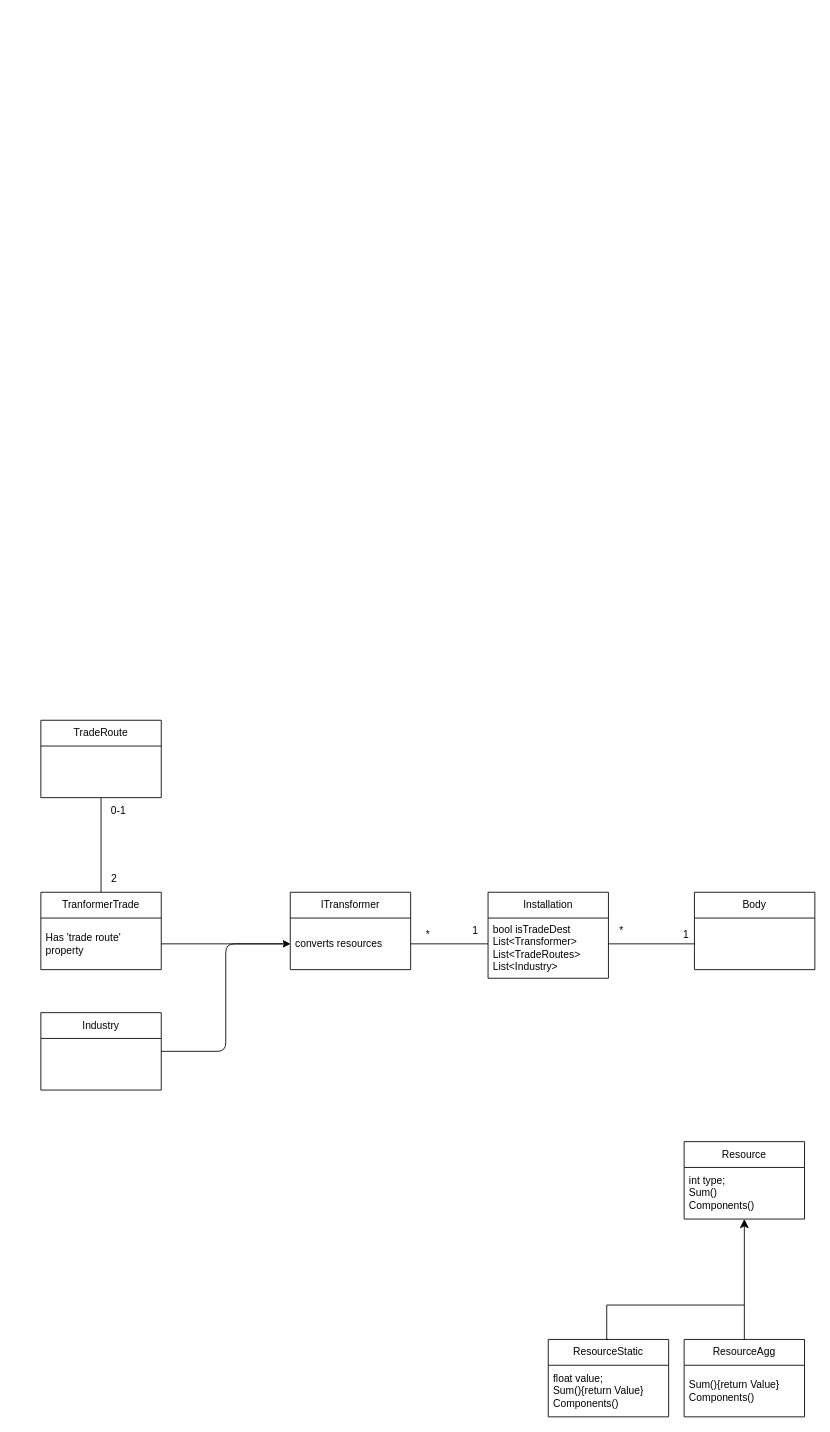
This is UML.drawio from CallumWalley/tradeTest, a draw.io file, before an edit. Source tidied: cells renumbered, new cells numbered last; positions are measured from the earlier drawing's top-left corner, leaving out a move shared by most shapes. Both pictures are drawn from the tidied source at 86%, with x=0, y=0 at pixel (40, 720).
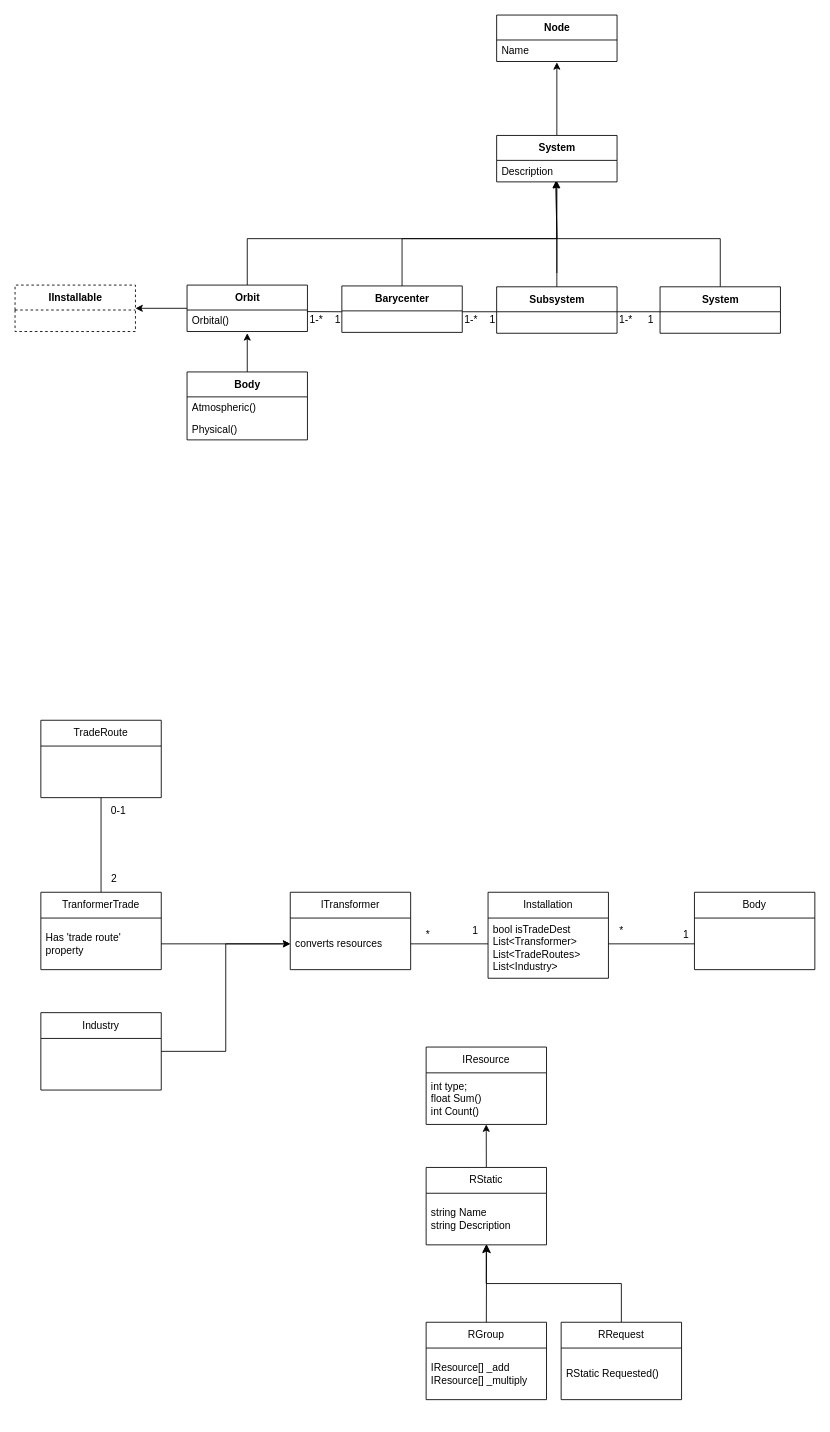
After the change.

Unchanged cells that the change refers to:
```xml
<mxCell id="16" value="converts resources" style="text;strokeColor=none;fillColor=none;align=left;verticalAlign=middle;spacingLeft=4;spacingRight=4;overflow=hidden;points=[[0,0.5],[1,0.5]];portConstraint=eastwest;whiteSpace=wrap;html=1;" parent="15" vertex="1">
  <mxGeometry y="30" width="140" height="60" as="geometry" />
</mxCell>
<mxCell id="29" value="Industry" style="swimlane;fontStyle=0;horizontal=1;startSize=30;whiteSpace=wrap;html=1;" parent="1" vertex="1">
  <mxGeometry y="340" width="140" height="90" as="geometry" />
</mxCell>
```

Change to the diagram source:
```diff
@@
+    <mxCell id="30" style="edgeStyle=orthogonalEdgeStyle;rounded=0;jumpStyle=arc;html=1;exitX=0.5;exitY=0;exitDx=0;exitDy=0;entryX=0.499;entryY=1;entryDx=0;entryDy=0;entryPerimeter=0;endArrow=classic;endFill=1;" parent="1" edge="1" source="2" target="68">
+      <mxGeometry relative="1" as="geometry" />
+    </mxCell>
-    <mxCell id="2" value="Resource" style="swimlane;fontStyle=0;horizontal=1;startSize=30;whiteSpace=wrap;html=1;" parent="1" vertex="1">
-      <mxGeometry x="748" y="490" width="140" height="90" as="geometry" />
+    <mxCell id="2" value="RStatic" style="swimlane;fontStyle=0;horizontal=1;startSize=30;whiteSpace=wrap;html=1;" parent="1" vertex="1">
+      <mxGeometry x="448" y="520" width="140" height="90" as="geometry" />
     </mxCell>
-    <mxCell id="3" value="int type;&lt;br&gt;Sum()&lt;br&gt;Components()" style="text;strokeColor=none;fillColor=none;align=left;verticalAlign=middle;spacingLeft=4;spacingRight=4;overflow=hidden;points=[[0,0.5],[1,0.5]];portConstraint=eastwest;whiteSpace=wrap;html=1;" parent="2" vertex="1">
+    <mxCell id="3" value="string Name&lt;br&gt;string Description" style="text;strokeColor=none;fillColor=none;align=left;verticalAlign=middle;spacingLeft=4;spacingRight=4;overflow=hidden;points=[[0,0.5],[1,0.5]];portConstraint=eastwest;whiteSpace=wrap;html=1;" parent="2" vertex="1">
       <mxGeometry y="30" width="140" height="60" as="geometry" />
     </mxCell>
-    <mxCell id="4" value="ResourceStatic" style="swimlane;fontStyle=0;horizontal=1;startSize=30;whiteSpace=wrap;html=1;" parent="1" vertex="1">
-      <mxGeometry x="590" y="720" width="140" height="90" as="geometry" />
-    </mxCell>
-    <mxCell id="5" value="float value;&lt;br&gt;Sum(){return Value}&lt;br&gt;Components()" style="text;strokeColor=none;fillColor=none;align=left;verticalAlign=middle;spacingLeft=4;spacingRight=4;overflow=hidden;whiteSpace=wrap;html=1;" parent="4" vertex="1">
-      <mxGeometry y="30" width="140" height="60" as="geometry" />
-    </mxCell>
-    <mxCell id="6" value="ResourceAgg" style="swimlane;fontStyle=0;horizontal=1;startSize=30;whiteSpace=wrap;html=1;" parent="1" vertex="1">
-      <mxGeometry x="748" y="720" width="140" height="90" as="geometry" />
+    <mxCell id="6" value="RGroup" style="swimlane;fontStyle=0;horizontal=1;startSize=30;whiteSpace=wrap;html=1;" parent="1" vertex="1">
+      <mxGeometry x="448" y="700" width="140" height="90" as="geometry" />
     </mxCell>
-    <mxCell id="7" value="Sum(){return Value}&lt;br&gt;Components()" style="text;strokeColor=none;fillColor=none;align=left;verticalAlign=middle;spacingLeft=4;spacingRight=4;overflow=hidden;whiteSpace=wrap;html=1;" parent="6" vertex="1">
+    <mxCell id="7" value="&lt;span style=&quot;text-align: center;&quot;&gt;IResource&lt;/span&gt;[] _add&lt;br&gt;&lt;span style=&quot;text-align: center;&quot;&gt;IResource[] _multiply&lt;/span&gt;" style="text;strokeColor=none;fillColor=none;align=left;verticalAlign=middle;spacingLeft=4;spacingRight=4;overflow=hidden;whiteSpace=wrap;html=1;" parent="6" vertex="1">
       <mxGeometry y="30" width="140" height="60" as="geometry" />
     </mxCell>
-    <mxCell id="8" style="edgeStyle=segmentEdgeStyle;endArrow=classic;html=1;curved=0;rounded=0;endSize=8;startSize=8;exitX=0.5;exitY=0;exitDx=0;exitDy=0;" parent="1" edge="1" source="6" target="3">
+    <mxCell id="8" style="edgeStyle=segmentEdgeStyle;endArrow=classic;html=1;curved=0;rounded=0;endSize=8;startSize=8;exitX=0.5;exitY=0;exitDx=0;exitDy=0;entryX=0.502;entryY=0.986;entryDx=0;entryDy=0;entryPerimeter=0;" parent="1" edge="1" source="6" target="3">
       <mxGeometry relative="1" as="geometry" />
     </mxCell>
-    <mxCell id="9" style="edgeStyle=elbowEdgeStyle;elbow=horizontal;endArrow=none;html=1;curved=0;rounded=0;endSize=8;startSize=8;exitX=0.5;exitY=0;exitDx=0;exitDy=0;endFill=0;" parent="1" edge="1" source="4">
-      <mxGeometry relative="1" as="geometry">
-        <mxPoint x="818" y="680" as="targetPoint" />
-        <Array as="points">
-          <mxPoint x="658" y="670" />
-        </Array>
-      </mxGeometry>
-    </mxCell>
@@
-    <mxCell id="28" style="edgeStyle=orthogonalEdgeStyle;html=1;exitX=1;exitY=0.5;exitDx=0;exitDy=0;entryX=0;entryY=0.5;entryDx=0;entryDy=0;" parent="1" edge="1" source="29" target="16">
+    <mxCell id="28" style="edgeStyle=orthogonalEdgeStyle;html=1;exitX=1;exitY=0.5;exitDx=0;exitDy=0;entryX=0;entryY=0.5;entryDx=0;entryDy=0;rounded=0;" parent="1" edge="1" source="29" target="16">
       <mxGeometry relative="1" as="geometry" />
     </mxCell>
@@
+    <mxCell id="31" style="edgeStyle=orthogonalEdgeStyle;rounded=0;jumpStyle=arc;html=1;exitX=0.5;exitY=0;exitDx=0;exitDy=0;endArrow=classic;endFill=1;entryX=0.499;entryY=0.999;entryDx=0;entryDy=0;entryPerimeter=0;" parent="1" edge="1" source="32" target="3">
+      <mxGeometry relative="1" as="geometry" />
+    </mxCell>
+    <mxCell id="32" value="RRequest" style="swimlane;fontStyle=0;horizontal=1;startSize=30;whiteSpace=wrap;html=1;" parent="1" vertex="1">
+      <mxGeometry x="605" y="700" width="140" height="90" as="geometry" />
+    </mxCell>
+    <mxCell id="33" value="RStatic Requested()" style="text;strokeColor=none;fillColor=none;align=left;verticalAlign=middle;spacingLeft=4;spacingRight=4;overflow=hidden;whiteSpace=wrap;html=1;" parent="32" vertex="1">
+      <mxGeometry y="30" width="140" height="60" as="geometry" />
+    </mxCell>
+    <mxCell id="34" style="edgeStyle=orthogonalEdgeStyle;rounded=0;html=1;exitX=0.5;exitY=0;exitDx=0;exitDy=0;entryX=0.5;entryY=1.04;entryDx=0;entryDy=0;endArrow=classic;endFill=1;entryPerimeter=0;" parent="1" edge="1" source="63" target="66">
+      <mxGeometry relative="1" as="geometry" />
+    </mxCell>
+    <mxCell id="35" style="edgeStyle=orthogonalEdgeStyle;rounded=0;html=1;exitX=1;exitY=0.5;exitDx=0;exitDy=0;entryX=0;entryY=0.5;entryDx=0;entryDy=0;endArrow=none;endFill=0;" parent="1" edge="1">
+      <mxGeometry relative="1" as="geometry">
+        <mxPoint x="670" y="-475" as="sourcePoint" />
+        <mxPoint x="720" y="-475" as="targetPoint" />
+      </mxGeometry>
+    </mxCell>
+    <mxCell id="36" style="edgeStyle=orthogonalEdgeStyle;rounded=0;html=1;exitX=0.5;exitY=0;exitDx=0;exitDy=0;endArrow=none;endFill=0;" parent="1" edge="1">
+      <mxGeometry relative="1" as="geometry">
+        <mxPoint x="600" y="-520" as="sourcePoint" />
+        <mxPoint x="600" y="-560" as="targetPoint" />
+      </mxGeometry>
+    </mxCell>
+    <mxCell id="37" style="edgeStyle=orthogonalEdgeStyle;rounded=0;jumpStyle=arc;html=1;exitX=0.5;exitY=0;exitDx=0;exitDy=0;entryX=0.5;entryY=0.96;entryDx=0;entryDy=0;endArrow=classic;endFill=1;entryPerimeter=0;" parent="1" edge="1" target="64">
+      <mxGeometry relative="1" as="geometry">
+        <mxPoint x="600" y="-504" as="sourcePoint" />
+      </mxGeometry>
+    </mxCell>
+    <mxCell id="38" style="edgeStyle=orthogonalEdgeStyle;rounded=0;html=1;exitX=0.5;exitY=0;exitDx=0;exitDy=0;endArrow=none;endFill=0;" parent="1" edge="1" source="61">
+      <mxGeometry relative="1" as="geometry">
+        <mxPoint x="600" y="-560" as="targetPoint" />
+        <Array as="points">
+          <mxPoint x="790" y="-560" />
+        </Array>
+      </mxGeometry>
+    </mxCell>
+    <mxCell id="39" value="1" style="text;html=1;align=center;verticalAlign=middle;strokeColor=none;fillColor=none;" parent="1" vertex="1">
+      <mxGeometry x="510" y="-480" width="30" height="30" as="geometry" />
+    </mxCell>
+    <mxCell id="40" value="1" style="text;html=1;align=center;verticalAlign=middle;strokeColor=none;fillColor=none;" parent="1" vertex="1">
+      <mxGeometry x="694" y="-480" width="30" height="30" as="geometry" />
+    </mxCell>
+    <mxCell id="41" value="&amp;nbsp; &amp;nbsp;1-*" style="text;html=1;align=center;verticalAlign=middle;strokeColor=none;fillColor=none;" parent="1" vertex="1">
+      <mxGeometry x="650" y="-480" width="50" height="30" as="geometry" />
+    </mxCell>
+    <mxCell id="42" style="edgeStyle=orthogonalEdgeStyle;rounded=0;jumpStyle=arc;html=1;exitX=0.5;exitY=0;exitDx=0;exitDy=0;endArrow=classic;endFill=1;entryX=0.493;entryY=0.96;entryDx=0;entryDy=0;entryPerimeter=0;" parent="1" edge="1" target="64">
+      <mxGeometry relative="1" as="geometry">
+        <mxPoint x="420" y="-504" as="sourcePoint" />
+        <Array as="points">
+          <mxPoint x="420" y="-560" />
+          <mxPoint x="600" y="-560" />
+        </Array>
+      </mxGeometry>
+    </mxCell>
+    <mxCell id="43" style="edgeStyle=orthogonalEdgeStyle;rounded=0;jumpStyle=arc;html=1;exitX=1;exitY=0.5;exitDx=0;exitDy=0;endArrow=none;endFill=0;entryX=0;entryY=0.5;entryDx=0;entryDy=0;" parent="1" edge="1">
+      <mxGeometry relative="1" as="geometry">
+        <mxPoint x="490" y="-475" as="sourcePoint" />
+        <mxPoint x="530" y="-475" as="targetPoint" />
+      </mxGeometry>
+    </mxCell>
+    <mxCell id="44" style="edgeStyle=orthogonalEdgeStyle;rounded=0;jumpStyle=arc;html=1;exitX=0;exitY=0.5;exitDx=0;exitDy=0;entryX=0.996;entryY=0.073;entryDx=0;entryDy=0;endArrow=none;endFill=0;entryPerimeter=0;" parent="1" edge="1" target="56">
+      <mxGeometry relative="1" as="geometry">
+        <mxPoint x="350" y="-475" as="sourcePoint" />
+      </mxGeometry>
+    </mxCell>
+    <mxCell id="45" style="edgeStyle=orthogonalEdgeStyle;rounded=0;jumpStyle=arc;html=1;exitX=0.5;exitY=0;exitDx=0;exitDy=0;endArrow=classic;endFill=1;entryX=0.493;entryY=0.96;entryDx=0;entryDy=0;entryPerimeter=0;" parent="1" edge="1" source="55" target="64">
+      <mxGeometry relative="1" as="geometry">
+        <Array as="points">
+          <mxPoint x="240" y="-560" />
+          <mxPoint x="600" y="-560" />
+          <mxPoint x="600" y="-610" />
+          <mxPoint x="599" y="-610" />
+        </Array>
+      </mxGeometry>
+    </mxCell>
+    <mxCell id="46" style="edgeStyle=orthogonalEdgeStyle;rounded=0;jumpStyle=arc;html=1;exitX=0;exitY=0.5;exitDx=0;exitDy=0;entryX=1;entryY=0.5;entryDx=0;entryDy=0;endArrow=classic;endFill=1;" parent="1" edge="1" source="55" target="50">
+      <mxGeometry relative="1" as="geometry" />
+    </mxCell>
+    <mxCell id="47" value="1-*" style="text;html=1;align=center;verticalAlign=middle;strokeColor=none;fillColor=none;" parent="1" vertex="1">
+      <mxGeometry x="480" y="-480" width="40" height="30" as="geometry" />
+    </mxCell>
+    <mxCell id="48" value="1-*" style="text;html=1;align=center;verticalAlign=middle;strokeColor=none;fillColor=none;" parent="1" vertex="1">
+      <mxGeometry x="300" y="-480" width="40" height="30" as="geometry" />
+    </mxCell>
+    <mxCell id="49" value="1" style="text;html=1;align=center;verticalAlign=middle;strokeColor=none;fillColor=none;" parent="1" vertex="1">
+      <mxGeometry x="330" y="-480" width="30" height="30" as="geometry" />
+    </mxCell>
+    <mxCell id="50" value="IInstallable" style="swimlane;fontStyle=1;align=center;verticalAlign=middle;horizontal=1;startSize=29;html=1;dashed=1;" parent="1" vertex="1">
+      <mxGeometry x="-30" y="-506" width="140" height="54" as="geometry" />
+    </mxCell>
+    <mxCell id="51" style="edgeStyle=orthogonalEdgeStyle;rounded=0;jumpStyle=arc;html=1;exitX=0.5;exitY=0;exitDx=0;exitDy=0;endArrow=classic;endFill=1;" parent="1" edge="1" source="52">
+      <mxGeometry relative="1" as="geometry">
+        <mxPoint x="240" y="-450" as="targetPoint" />
+      </mxGeometry>
+    </mxCell>
+    <mxCell id="52" value="Body" style="swimlane;fontStyle=1;align=center;verticalAlign=middle;horizontal=1;startSize=29;html=1;" parent="1" vertex="1">
+      <mxGeometry x="170" y="-405" width="140" height="79" as="geometry" />
+    </mxCell>
+    <mxCell id="53" value="Atmospheric()" style="text;html=1;strokeColor=none;fillColor=none;align=left;verticalAlign=middle;spacingLeft=4;spacingRight=4;overflow=hidden;dashed=1;" parent="52" vertex="1">
+      <mxGeometry y="29" width="140" height="25" as="geometry" />
+    </mxCell>
+    <mxCell id="54" value="Physical()" style="text;html=1;strokeColor=none;fillColor=none;align=left;verticalAlign=middle;spacingLeft=4;spacingRight=4;overflow=hidden;dashed=1;" parent="52" vertex="1">
+      <mxGeometry y="54" width="140" height="25" as="geometry" />
+    </mxCell>
+    <mxCell id="55" value="Orbit" style="swimlane;fontStyle=1;align=center;verticalAlign=middle;horizontal=1;startSize=29;html=1;" parent="1" vertex="1">
+      <mxGeometry x="170" y="-506" width="140" height="54" as="geometry" />
+    </mxCell>
+    <mxCell id="56" value="Orbital()" style="text;html=1;strokeColor=none;fillColor=none;align=left;verticalAlign=middle;spacingLeft=4;spacingRight=4;overflow=hidden;points=[[0,0.5],[1,0.5]];portConstraint=eastwest;dashed=1;" parent="55" vertex="1">
+      <mxGeometry y="29" width="140" height="25" as="geometry" />
+    </mxCell>
+    <mxCell id="57" value="Barycenter" style="swimlane;fontStyle=1;align=center;verticalAlign=middle;horizontal=1;startSize=29;html=1;" parent="1" vertex="1">
+      <mxGeometry x="350" y="-505" width="140" height="54" as="geometry" />
+    </mxCell>
+    <mxCell id="58" value="&amp;nbsp;&amp;nbsp;" style="text;html=1;strokeColor=none;fillColor=none;align=left;verticalAlign=middle;spacingLeft=4;spacingRight=4;overflow=hidden;dashed=1;" parent="57" vertex="1">
+      <mxGeometry y="29" width="140" height="25" as="geometry" />
+    </mxCell>
+    <mxCell id="59" value="Subsystem" style="swimlane;fontStyle=1;align=center;verticalAlign=middle;horizontal=1;startSize=29;html=1;" parent="1" vertex="1">
+      <mxGeometry x="530" y="-504" width="140" height="54" as="geometry" />
+    </mxCell>
+    <mxCell id="60" value="&amp;nbsp;&amp;nbsp;" style="text;html=1;strokeColor=none;fillColor=none;align=left;verticalAlign=middle;spacingLeft=4;spacingRight=4;overflow=hidden;dashed=1;" parent="59" vertex="1">
+      <mxGeometry y="29" width="140" height="25" as="geometry" />
+    </mxCell>
+    <mxCell id="61" value="System" style="swimlane;fontStyle=1;align=center;verticalAlign=middle;horizontal=1;startSize=29;html=1;" parent="1" vertex="1">
+      <mxGeometry x="720" y="-504" width="140" height="54" as="geometry" />
+    </mxCell>
+    <mxCell id="62" value="&amp;nbsp;&amp;nbsp;" style="text;html=1;strokeColor=none;fillColor=none;align=left;verticalAlign=middle;spacingLeft=4;spacingRight=4;overflow=hidden;dashed=1;" parent="61" vertex="1">
+      <mxGeometry y="29" width="140" height="25" as="geometry" />
+    </mxCell>
+    <mxCell id="63" value="System" style="swimlane;fontStyle=1;align=center;verticalAlign=middle;horizontal=1;startSize=29;html=1;" parent="1" vertex="1">
+      <mxGeometry x="530" y="-680" width="140" height="54" as="geometry" />
+    </mxCell>
+    <mxCell id="64" value="Description" style="text;html=1;strokeColor=none;fillColor=none;align=left;verticalAlign=middle;spacingLeft=4;spacingRight=4;overflow=hidden;points=[[0,0.5],[1,0.5]];portConstraint=eastwest;dashed=1;" parent="63" vertex="1">
+      <mxGeometry y="29" width="140" height="25" as="geometry" />
+    </mxCell>
+    <mxCell id="65" value="Node" style="swimlane;fontStyle=1;align=center;verticalAlign=middle;horizontal=1;startSize=29;html=1;" parent="1" vertex="1">
+      <mxGeometry x="530" y="-820" width="140" height="54" as="geometry" />
+    </mxCell>
+    <mxCell id="66" value="Name" style="text;html=1;strokeColor=none;fillColor=none;align=left;verticalAlign=middle;spacingLeft=4;spacingRight=4;overflow=hidden;points=[[0,0.5],[1,0.5]];portConstraint=eastwest;dashed=1;" parent="65" vertex="1">
+      <mxGeometry y="29" width="140" height="25" as="geometry" />
+    </mxCell>
+    <mxCell id="67" value="IResource" style="swimlane;fontStyle=0;horizontal=1;startSize=30;whiteSpace=wrap;html=1;" parent="1" vertex="1">
+      <mxGeometry x="448" y="380" width="140" height="90" as="geometry" />
+    </mxCell>
+    <mxCell id="68" value="int type;&lt;br&gt;float Sum()&lt;br&gt;int Count()" style="text;strokeColor=none;fillColor=none;align=left;verticalAlign=middle;spacingLeft=4;spacingRight=4;overflow=hidden;points=[[0,0.5],[1,0.5]];portConstraint=eastwest;whiteSpace=wrap;html=1;" parent="67" vertex="1">
+      <mxGeometry y="30" width="140" height="60" as="geometry" />
+    </mxCell>
```
